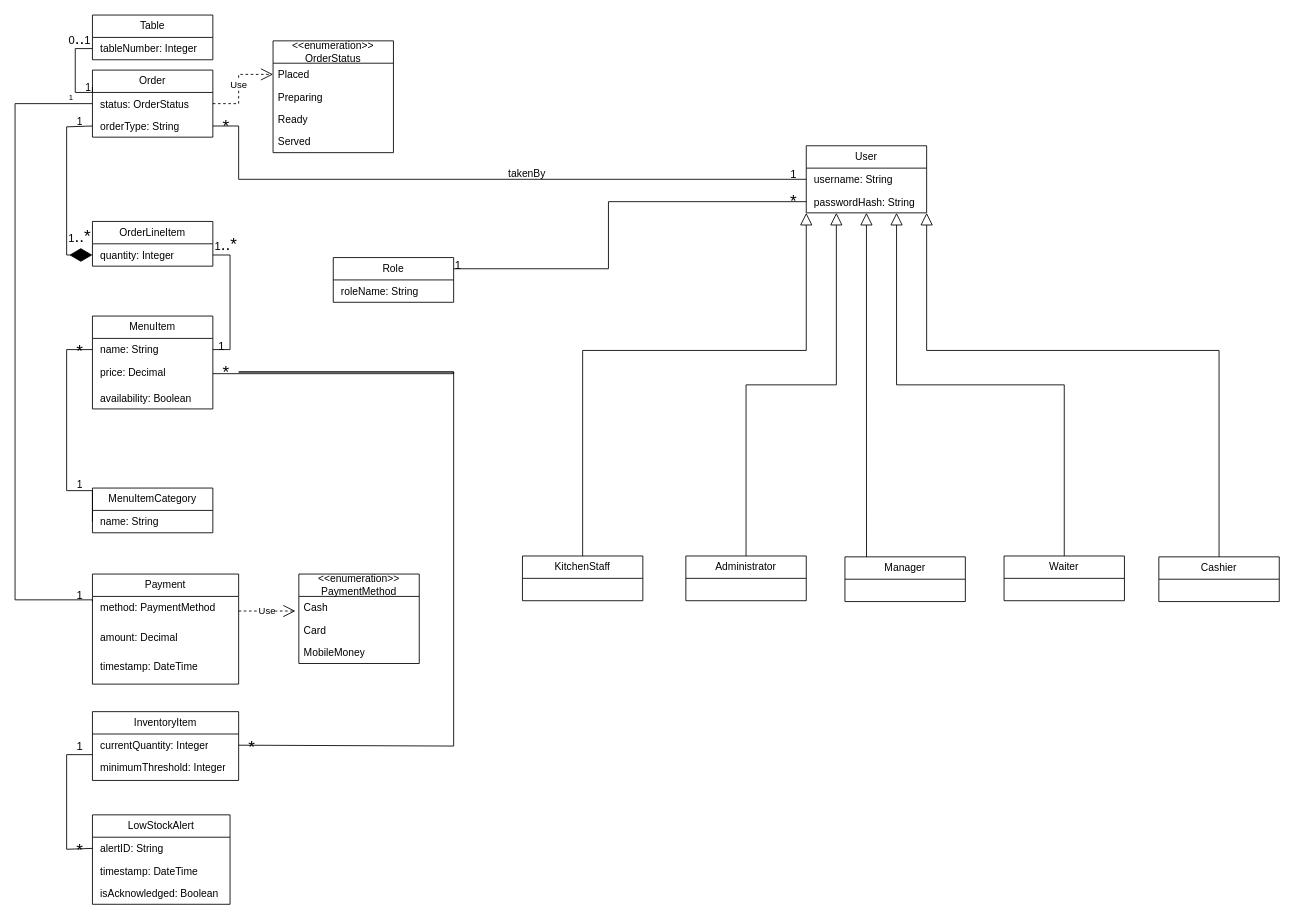
Above: ELABORATION PHASE/ITERATION 1/diagrams/cafe POS class diagram.drawio in Gsiach/Cafe-POS-project (draw.io), before the change. Source tidied: cells renumbered, new cells numbered last; positions are measured from the earlier drawing's top-left corner, leaving out a move shared by most shapes. Both pictures are drawn from the tidied source at 86%, with x=0, y=0 at pixel (15, 15).
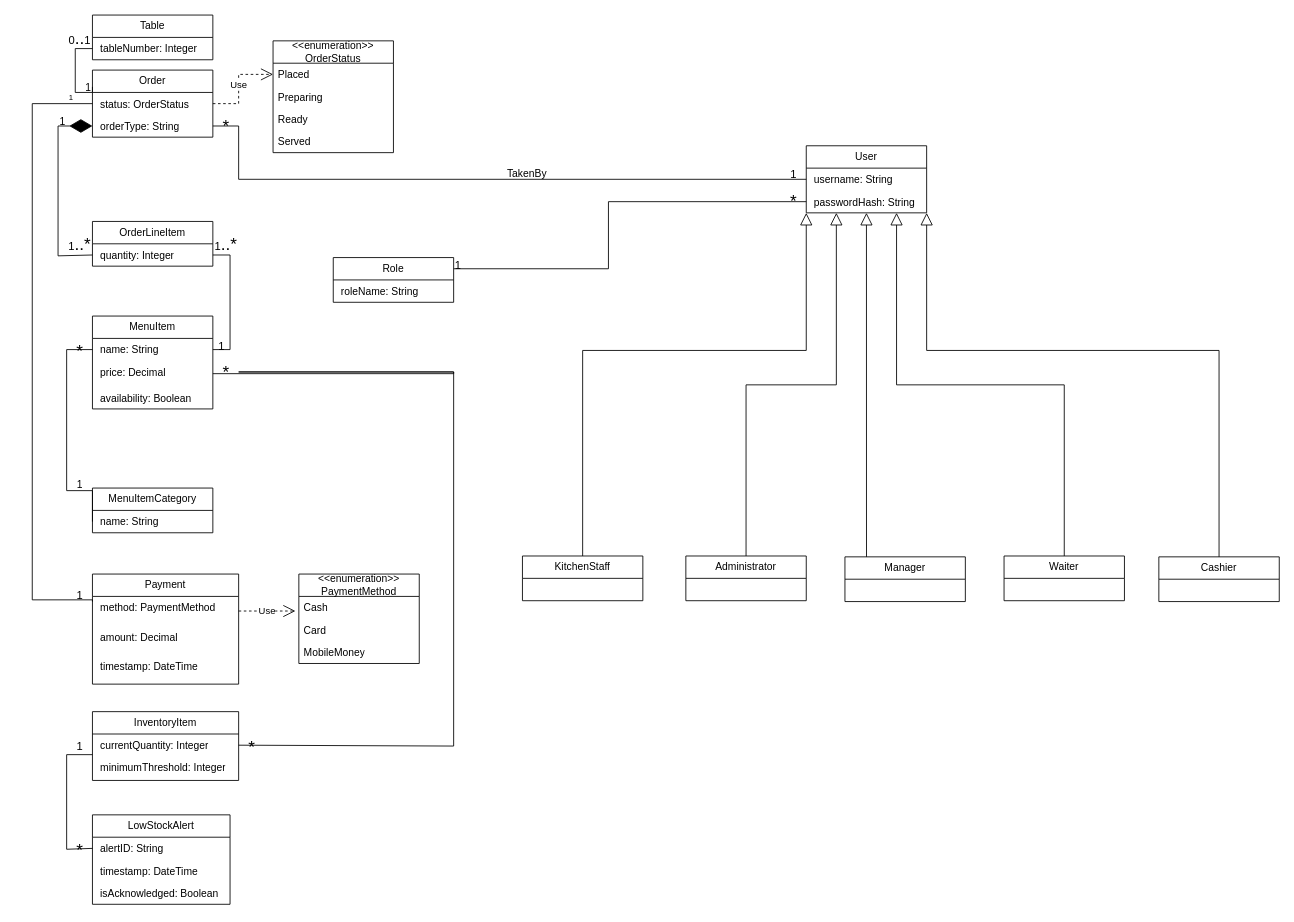
The same page after the edit.

Commit message (it also covers changes not shown here):
corrected composition relationship in domain model diagram

Unchanged cells that the change refers to:
```xml
<mxCell id="7" value="&amp;nbsp;quantity: Integer" style="text;strokeColor=none;fillColor=none;align=left;verticalAlign=top;spacingLeft=4;spacingRight=4;overflow=hidden;points=[[0,0.5],[1,0.5]];portConstraint=eastwest;whiteSpace=wrap;html=1;" parent="6" vertex="1">
  <mxGeometry y="26" width="140" height="26" as="geometry" />
</mxCell>
<mxCell id="8" value="Order" style="swimlane;fontStyle=0;horizontal=1;startSize=26;fillColor=none;whiteSpace=wrap;html=1;" parent="1" vertex="1">
  <mxGeometry x="90" y="64" width="140" height="78" as="geometry" />
</mxCell>
<mxCell id="10" value="&amp;nbsp;orderType: String" style="text;strokeColor=none;fillColor=none;align=left;verticalAlign=top;spacingLeft=4;spacingRight=4;overflow=hidden;points=[[0,0.5],[1,0.5]];portConstraint=eastwest;whiteSpace=wrap;html=1;" parent="8" vertex="1">
  <mxGeometry y="52" width="140" height="26" as="geometry" />
</mxCell>
<mxCell id="30" value="Payment" style="swimlane;fontStyle=0;horizontal=1;startSize=26;fillColor=none;whiteSpace=wrap;html=1;" parent="1" vertex="1">
  <mxGeometry x="90" y="650" width="170" height="128" as="geometry" />
</mxCell>
```

The edit, as a diff of the source:
```diff
@@
-<mxGraphModel>
+<mxGraphModel background="#ffffff">
@@
-    <mxCell id="15" style="endArrow=diamondThin;endFill=1;endSize=24;html=1;rounded=0;exitX=0;exitY=0.5;exitDx=0;exitDy=0;entryX=0;entryY=0.5;entryDx=0;entryDy=0;" parent="1" edge="1" source="10" target="7">
+    <mxCell id="15" style="endArrow=diamondThin;endFill=1;endSize=24;html=1;rounded=0;exitX=0;exitY=0.5;exitDx=0;exitDy=0;entryX=0;entryY=0.5;entryDx=0;entryDy=0;" parent="1" edge="1" source="7" target="10">
       <mxGeometry relative="1" as="geometry">
         <Array as="points">
-          <mxPoint x="60" y="130" />
-          <mxPoint x="60" y="279" />
+          <mxPoint x="50" y="280" />
+          <mxPoint x="50" y="129" />
         </Array>
       </mxGeometry>
     </mxCell>
@@
     <mxCell id="41" style="endArrow=none;html=1;edgeStyle=orthogonalEdgeStyle;rounded=0;entryX=0;entryY=0.25;entryDx=0;entryDy=0;exitX=0;exitY=0.5;exitDx=0;exitDy=0;" parent="1" edge="1" source="8" target="30">
       <mxGeometry relative="1" as="geometry">
         <Array as="points">
-          <mxPoint y="103" />
-          <mxPoint y="680" />
+          <mxPoint x="20" y="103" />
+          <mxPoint x="20" y="680" />
           <mxPoint x="90" y="680" />
         </Array>
       </mxGeometry>
     </mxCell>
@@
-    <mxCell id="56" value="takenBy" style="text;html=1;align=center;verticalAlign=middle;strokeColor=none;fillColor=none;" parent="1" vertex="1">
+    <mxCell id="56" value="TakenBy" style="text;html=1;align=center;verticalAlign=middle;strokeColor=none;fillColor=none;" parent="1" vertex="1">
       <mxGeometry x="560" y="170" width="70" height="30" as="geometry" />
     </mxCell>
@@
     <mxCell id="58" value="&lt;font style=&quot;font-size: 13px;&quot;&gt;1&lt;/font&gt;&lt;font style=&quot;font-size: 20px;&quot;&gt;..*&lt;/font&gt;" style="text;html=1;align=center;verticalAlign=middle;strokeColor=none;fillColor=none;" parent="1" vertex="1">
-      <mxGeometry x="50" y="236" width="50" height="40" as="geometry" />
+      <mxGeometry x="50" y="246" width="50" height="40" as="geometry" />
     </mxCell>
-    <mxCell id="59" value="&lt;font&gt;1&lt;/font&gt;" style="text;html=1;align=center;verticalAlign=middle;strokeColor=none;fillColor=none;" parent="1" vertex="1">
-      <mxGeometry x="60" y="109" width="30" height="30" as="geometry" />
-    </mxCell>
@@
+    <mxCell id="59" value="&lt;font&gt;1&lt;/font&gt;" style="text;html=1;align=center;verticalAlign=middle;strokeColor=none;fillColor=none;" parent="1" vertex="1">
+      <mxGeometry x="40" y="109" width="30" height="30" as="geometry" />
+    </mxCell>
```
